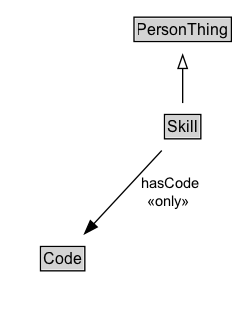
Above: docs/diagrams/Skill.dot.png in ISO-TC204/ontology-cdm-p2-v1 (Graphviz), before the change. Its source is kept beside it as docs/diagrams/Skill.dot. Source of this version:
```dot
digraph {
	graph [overlap=false rankdir=TB splines=true]
	node [fontname=Arial fontsize=12 margin=0 shape=none]
	edge [fontname=Arial fontsize=11]
	{
		rank=max
		Skill [label=<<TABLE BORDER="1" CELLBORDER="0" CELLSPACING="0" CELLPADDING="1"><TR><TD BGCOLOR="lightgray" ALIGN="CENTER" PORT="e">Skill</TD></TR></TABLE>> URL="../Skill.md" margin=0]
	}
	subgraph cluster_associated {
		label="" style=invis
		Invis [label=<<TABLE BORDER="0" CELLBORDER="0" CELLSPACING="0" CELLPADDING="1"><TR><TD></TD></TR></TABLE>> margin=0 style=invis]
		Code [label=<<TABLE BORDER="1" CELLBORDER="0" CELLSPACING="0" CELLPADDING="1"><TR><TD BGCOLOR="lightgray" ALIGN="CENTER">Code</TD></TR></TABLE>> URL="../Code.md" margin=0]
	}
	PersonThing [label=<<TABLE BORDER="1" CELLBORDER="0" CELLSPACING="0" CELLPADDING="1"><TR><TD BGCOLOR="lightgray" ALIGN="CENTER">PersonThing</TD></TR></TABLE>> URL="../PersonThing.md" margin=0]
	Skill -> PersonThing [arrowhead=onormal style=solid]
	Skill -> Invis [style=invis]
	Invis -> Code [style=invis]
	Skill -> Code [label=" hasCode
 «only»  " arrowhead=normal style=solid]
}
```
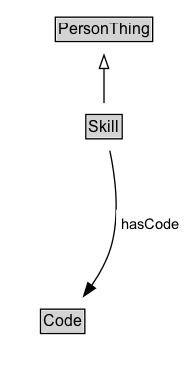
After the change.

What changed in the source:
```diff
@@ -3,18 +3,21 @@
 	node [fontname=Arial fontsize=12 margin=0 shape=none]
 	edge [fontname=Arial fontsize=11]
 	{
+		rank=source
+		PersonThing [label=<<TABLE BORDER="1" CELLBORDER="0" CELLSPACING="0" CELLPADDING="1"><TR><TD BGCOLOR="lightgray" ALIGN="CENTER">PersonThing</TD></TR></TABLE>> URL="../PersonThing" margin=0]
+	}
+	Skill [label=<<TABLE BORDER="1" CELLBORDER="0" CELLSPACING="0" CELLPADDING="1"><TR><TD BGCOLOR="lightgray" ALIGN="CENTER">Skill</TD></TR></TABLE>> URL="../Skill" margin=0]
+	{
 		rank=max
-		Skill [label=<<TABLE BORDER="1" CELLBORDER="0" CELLSPACING="0" CELLPADDING="1"><TR><TD BGCOLOR="lightgray" ALIGN="CENTER" PORT="e">Skill</TD></TR></TABLE>> URL="../Skill.md" margin=0]
 	}
 	subgraph cluster_associated {
 		label="" style=invis
 		Invis [label=<<TABLE BORDER="0" CELLBORDER="0" CELLSPACING="0" CELLPADDING="1"><TR><TD></TD></TR></TABLE>> margin=0 style=invis]
-		Code [label=<<TABLE BORDER="1" CELLBORDER="0" CELLSPACING="0" CELLPADDING="1"><TR><TD BGCOLOR="lightgray" ALIGN="CENTER">Code</TD></TR></TABLE>> URL="../Code.md" margin=0]
+		Code [label=<<TABLE BORDER="1" CELLBORDER="0" CELLSPACING="0" CELLPADDING="1"><TR><TD BGCOLOR="lightgray" ALIGN="CENTER">Code</TD></TR></TABLE>> URL="../Code" margin=0]
 	}
-	PersonThing [label=<<TABLE BORDER="1" CELLBORDER="0" CELLSPACING="0" CELLPADDING="1"><TR><TD BGCOLOR="lightgray" ALIGN="CENTER">PersonThing</TD></TR></TABLE>> URL="../PersonThing.md" margin=0]
 	Skill -> PersonThing [arrowhead=onormal style=solid]
 	Skill -> Invis [style=invis]
 	Invis -> Code [style=invis]
-	Skill -> Code [label=" hasCode
- «only»  " arrowhead=normal style=solid]
+	Code [label=<<TABLE BORDER="1" CELLBORDER="0" CELLSPACING="0" CELLPADDING="1"><TR><TD BGCOLOR="lightgray" ALIGN="CENTER">Code</TD></TR></TABLE>> URL="../Code" margin=0]
+	Skill -> Code [label=<<TABLE BORDER="0" CELLBORDER="0" CELLSPACING="0" CELLPADDING="4" BGCOLOR="white"><TR><TD ALIGN="CENTER">hasCode</TD></TR></TABLE>> arrowhead=normal style=solid]
 }
```
